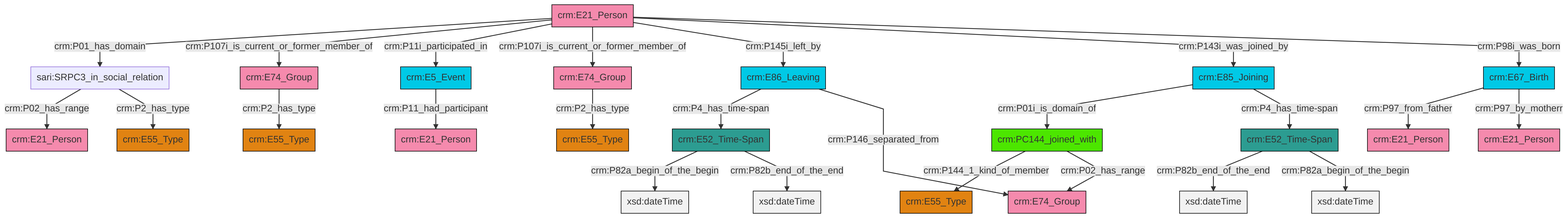
Before: et/personCSV/ttl/mmd/png/Person_Actor_Relations.png, a diagram exported from Mermaid (swiss-art-research-net/reference-data-models). Its source is kept beside it as et/personCSV/ttl/mmd/Person_Actor_Relations.ttl.mmd.
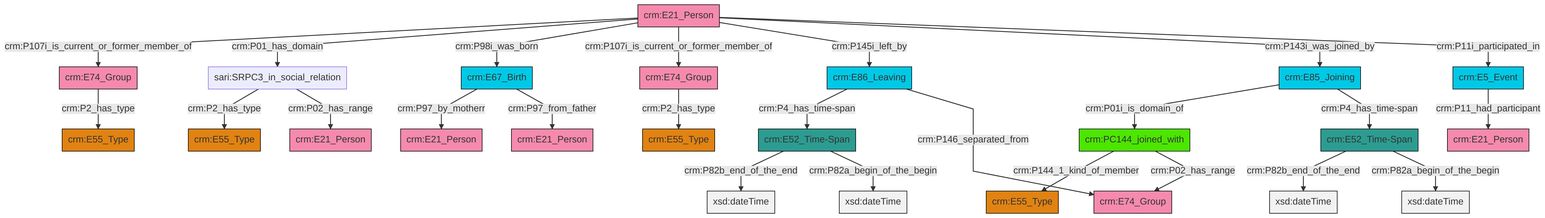
Above is the later version.

Change to the diagram source:
```diff
@@ -13,27 +13,27 @@
 classDef PC_Classes fill:#4ce600, stroke:#000000;
 classDef Multi fill:#cccccc,stroke:#000000;
 
-0["crm:E67_Birth"]:::Temporal_Entity -->|crm:P97_from_father| 1["crm:E21_Person"]:::Actor
-2["crm:E86_Leaving"]:::Temporal_Entity -->|crm:P4_has_time-span| 3["crm:E52_Time-Span"]:::Time-Span
-0["crm:E67_Birth"]:::Temporal_Entity -->|crm:P97_by_motherr| 5["crm:E21_Person"]:::Actor
-6["crm:E52_Time-Span"]:::Time-Span -->|crm:P82b_end_of_the_end| 7[xsd:dateTime]:::Literal
-12["crm:E21_Person"]:::Actor -->|crm:P01_has_domain| 13["sari:SRPC3_in_social_relation"]:::Default
-12["crm:E21_Person"]:::Actor -->|crm:P107i_is_current_or_former_member_of| 14["crm:E74_Group"]:::Actor
-14["crm:E74_Group"]:::Actor -->|crm:P2_has_type| 15["crm:E55_Type"]:::Type
-12["crm:E21_Person"]:::Actor -->|crm:P11i_participated_in| 16["crm:E5_Event"]:::Temporal_Entity
-17["crm:PC144_joined_with"]:::PC_Classes -->|crm:P144_1_kind_of_member| 18["crm:E55_Type"]:::Type
-12["crm:E21_Person"]:::Actor -->|crm:P107i_is_current_or_former_member_of| 19["crm:E74_Group"]:::Actor
-12["crm:E21_Person"]:::Actor -->|crm:P145i_left_by| 2["crm:E86_Leaving"]:::Temporal_Entity
-13["sari:SRPC3_in_social_relation"]:::Default -->|crm:P02_has_range| 20["crm:E21_Person"]:::Actor
-12["crm:E21_Person"]:::Actor -->|crm:P143i_was_joined_by| 21["crm:E85_Joining"]:::Temporal_Entity
-6["crm:E52_Time-Span"]:::Time-Span -->|crm:P82a_begin_of_the_begin| 23[xsd:dateTime]:::Literal
-3["crm:E52_Time-Span"]:::Time-Span -->|crm:P82a_begin_of_the_begin| 26[xsd:dateTime]:::Literal
-19["crm:E74_Group"]:::Actor -->|crm:P2_has_type| 10["crm:E55_Type"]:::Type
-2["crm:E86_Leaving"]:::Temporal_Entity -->|crm:P146_separated_from| 27["crm:E74_Group"]:::Actor
-12["crm:E21_Person"]:::Actor -->|crm:P98i_was_born| 0["crm:E67_Birth"]:::Temporal_Entity
-3["crm:E52_Time-Span"]:::Time-Span -->|crm:P82b_end_of_the_end| 31[xsd:dateTime]:::Literal
-21["crm:E85_Joining"]:::Temporal_Entity -->|crm:P01i_is_domain_of| 17["crm:PC144_joined_with"]:::PC_Classes
-13["sari:SRPC3_in_social_relation"]:::Default -->|crm:P2_has_type| 8["crm:E55_Type"]:::Type
-21["crm:E85_Joining"]:::Temporal_Entity -->|crm:P4_has_time-span| 6["crm:E52_Time-Span"]:::Time-Span
-16["crm:E5_Event"]:::Temporal_Entity -->|crm:P11_had_participant| 36["crm:E21_Person"]:::Actor
-17["crm:PC144_joined_with"]:::PC_Classes -->|crm:P02_has_range| 27["crm:E74_Group"]:::Actor
+6["crm:PC144_joined_with"]:::PC_Classes -->|crm:P144_1_kind_of_member| 7["crm:E55_Type"]:::Type
+8["crm:E86_Leaving"]:::Temporal_Entity -->|crm:P4_has_time-span| 9["crm:E52_Time-Span"]:::Time-Span
+4["crm:E21_Person"]:::Actor -->|crm:P107i_is_current_or_former_member_of| 15["crm:E74_Group"]:::Actor
+15["crm:E74_Group"]:::Actor -->|crm:P2_has_type| 10["crm:E55_Type"]:::Type
+2["crm:E85_Joining"]:::Temporal_Entity -->|crm:P01i_is_domain_of| 6["crm:PC144_joined_with"]:::PC_Classes
+2["crm:E85_Joining"]:::Temporal_Entity -->|crm:P4_has_time-span| 21["crm:E52_Time-Span"]:::Time-Span
+9["crm:E52_Time-Span"]:::Time-Span -->|crm:P82b_end_of_the_end| 23[xsd:dateTime]:::Literal
+4["crm:E21_Person"]:::Actor -->|crm:P01_has_domain| 0["sari:SRPC3_in_social_relation"]:::Default
+6["crm:PC144_joined_with"]:::PC_Classes -->|crm:P02_has_range| 24["crm:E74_Group"]:::Actor
+9["crm:E52_Time-Span"]:::Time-Span -->|crm:P82a_begin_of_the_begin| 28[xsd:dateTime]:::Literal
+8["crm:E86_Leaving"]:::Temporal_Entity -->|crm:P146_separated_from| 24["crm:E74_Group"]:::Actor
+0["sari:SRPC3_in_social_relation"]:::Default -->|crm:P2_has_type| 29["crm:E55_Type"]:::Type
+31["crm:E5_Event"]:::Temporal_Entity -->|crm:P11_had_participant| 18["crm:E21_Person"]:::Actor
+32["crm:E67_Birth"]:::Temporal_Entity -->|crm:P97_by_motherr| 25["crm:E21_Person"]:::Actor
+4["crm:E21_Person"]:::Actor -->|crm:P98i_was_born| 32["crm:E67_Birth"]:::Temporal_Entity
+21["crm:E52_Time-Span"]:::Time-Span -->|crm:P82b_end_of_the_end| 35[xsd:dateTime]:::Literal
+32["crm:E67_Birth"]:::Temporal_Entity -->|crm:P97_from_father| 33["crm:E21_Person"]:::Actor
+4["crm:E21_Person"]:::Actor -->|crm:P107i_is_current_or_former_member_of| 37["crm:E74_Group"]:::Actor
+4["crm:E21_Person"]:::Actor -->|crm:P145i_left_by| 8["crm:E86_Leaving"]:::Temporal_Entity
+4["crm:E21_Person"]:::Actor -->|crm:P143i_was_joined_by| 2["crm:E85_Joining"]:::Temporal_Entity
+37["crm:E74_Group"]:::Actor -->|crm:P2_has_type| 16["crm:E55_Type"]:::Type
+4["crm:E21_Person"]:::Actor -->|crm:P11i_participated_in| 31["crm:E5_Event"]:::Temporal_Entity
+0["sari:SRPC3_in_social_relation"]:::Default -->|crm:P02_has_range| 38["crm:E21_Person"]:::Actor
+21["crm:E52_Time-Span"]:::Time-Span -->|crm:P82a_begin_of_the_begin| 45[xsd:dateTime]:::Literal
```
